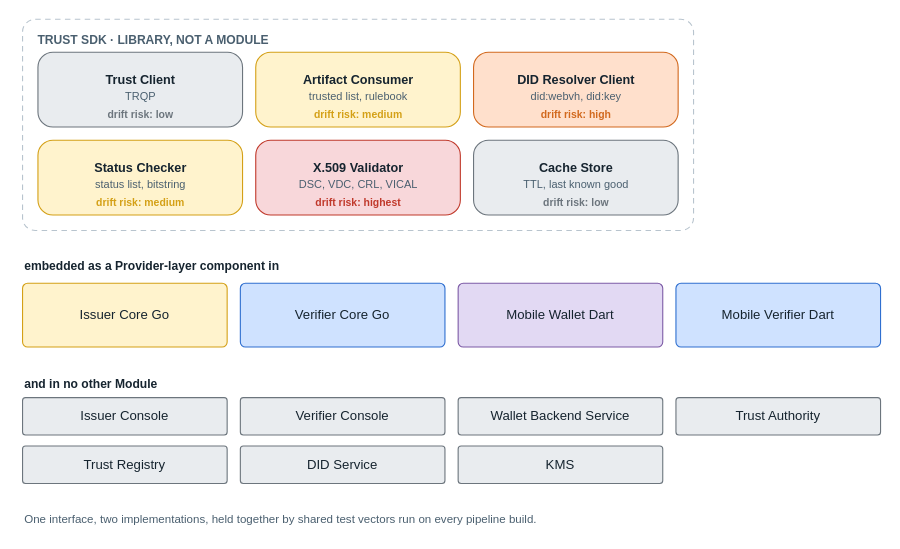
The draw.io diagram images/architecture-framework/software-architecture/trust-sdk.drawio in id-verifiable-credential-dev/id-doc-idctf, before the edit. Source tidied: cells renumbered, new cells numbered last; positions are measured from the earlier drawing's top-left corner, leaving out a move shared by most shapes. Both pictures are drawn from the tidied source at 110%, with x=0, y=0 at pixel (19, 19).
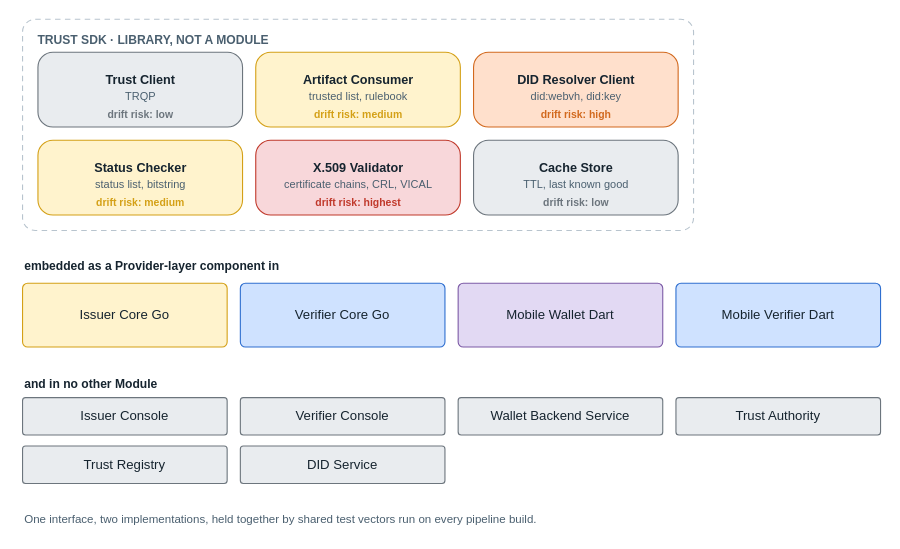
The same page after the edit.

Change to the diagram source:
```diff
@@
-    <mxCell id="21" value="DSC, VDC, CRL, VICAL" style="text;html=1;strokeColor=none;fillColor=none;align=center;verticalAlign=middle;fontSize=10;fontColor=#4a5f6f;fontStyle=0;" parent="1" vertex="1">
+    <mxCell id="21" value="certificate chains, CRL, VICAL" style="text;html=1;strokeColor=none;fillColor=none;align=center;verticalAlign=middle;fontSize=10;fontColor=#4a5f6f;fontStyle=0;" parent="1" vertex="1">
       <mxGeometry x="198" y="140" width="220" height="20" as="geometry" />
     </mxCell>
@@
-    <mxCell id="39" value="KMS" style="rounded=1;arcSize=8;fillColor=#e9ecef;strokeColor=#6c757d;fontSize=12;fontColor=#16242f;html=1;whiteSpace=wrap;verticalAlign=middle;" parent="1" vertex="1">
-      <mxGeometry x="399" y="388" width="186" height="34" as="geometry" />
-    </mxCell>
```
